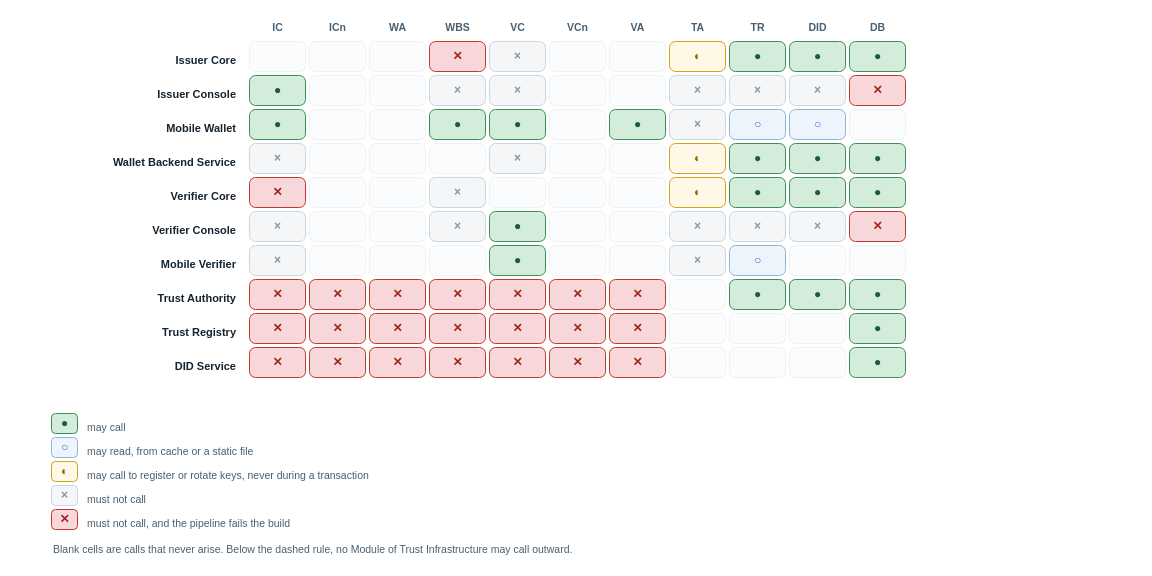
id-verifiable-credential-dev/id-doc-idctf keeps this draw.io diagram as images/architecture-framework/high-level-architecture/module-dependencies.drawio. Above is the earlier version. Source tidied: cells renumbered, new cells numbered last; positions are measured from the earlier drawing's top-left corner, leaving out a move shared by most shapes. Both pictures are drawn from the tidied source at 100%, with x=0, y=0 at pixel (17, 17).
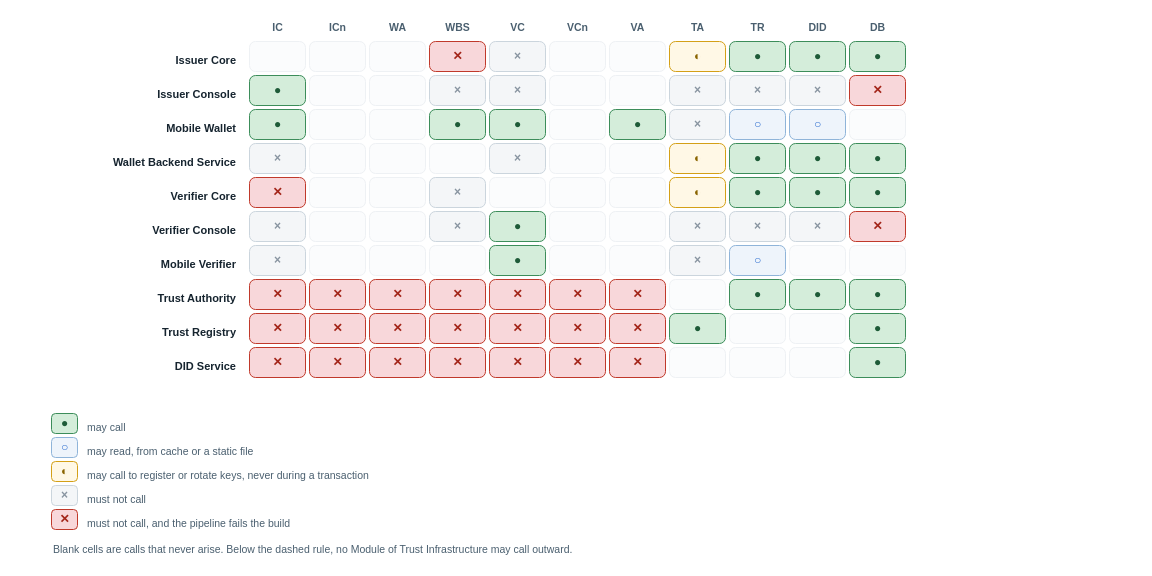
The same page after the edit.

Diff of the diagram source:
```diff
@@
-    <mxCell id="117" style="rounded=1;arcSize=20;fillColor=#fbfcfd;strokeColor=#eef1f4;fontSize=12;fontStyle=1;fontColor=#16242f;html=1;" parent="1" vertex="1">
+    <mxCell id="117" value="●" style="rounded=1;arcSize=20;fillColor=#d4edda;strokeColor=#3c8d5a;fontSize=12;fontStyle=1;fontColor=#1e5b38;html=1;" parent="1" vertex="1">
       <mxGeometry x="652" y="296" width="56" height="30" as="geometry" />
     </mxCell>
```
